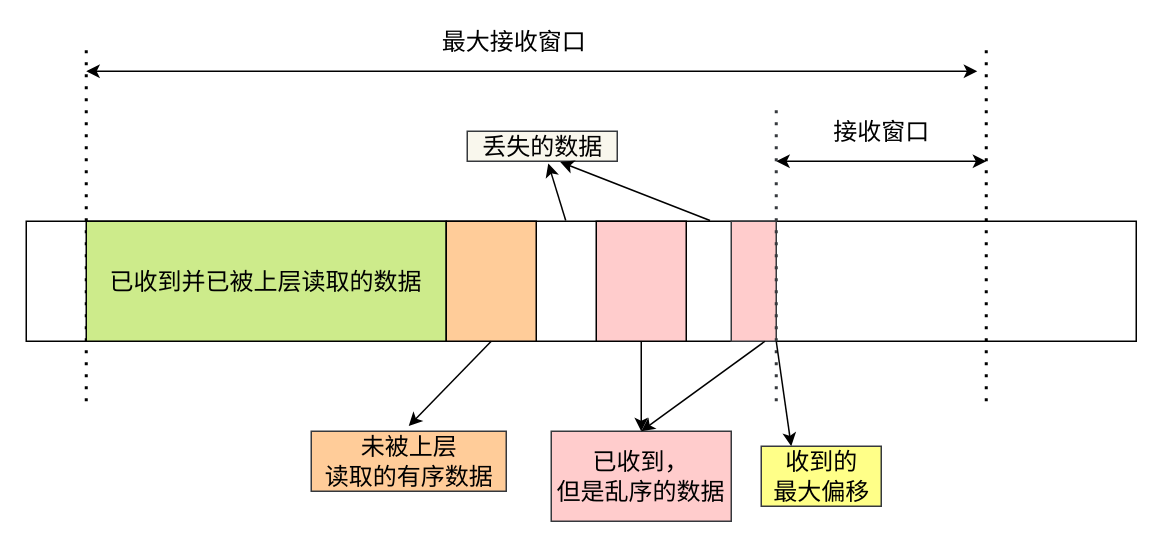
This is 网络/quic/flowcontrol2.drawio from xiaolincoder/ImageHost4, a draw.io file, before an edit. Source tidied: cells renumbered, new cells numbered last; positions are measured from the earlier drawing's top-left corner, leaving out a move shared by most shapes. Both pictures are drawn from the tidied source at 150%, with x=0, y=0 at pixel (26, 26).
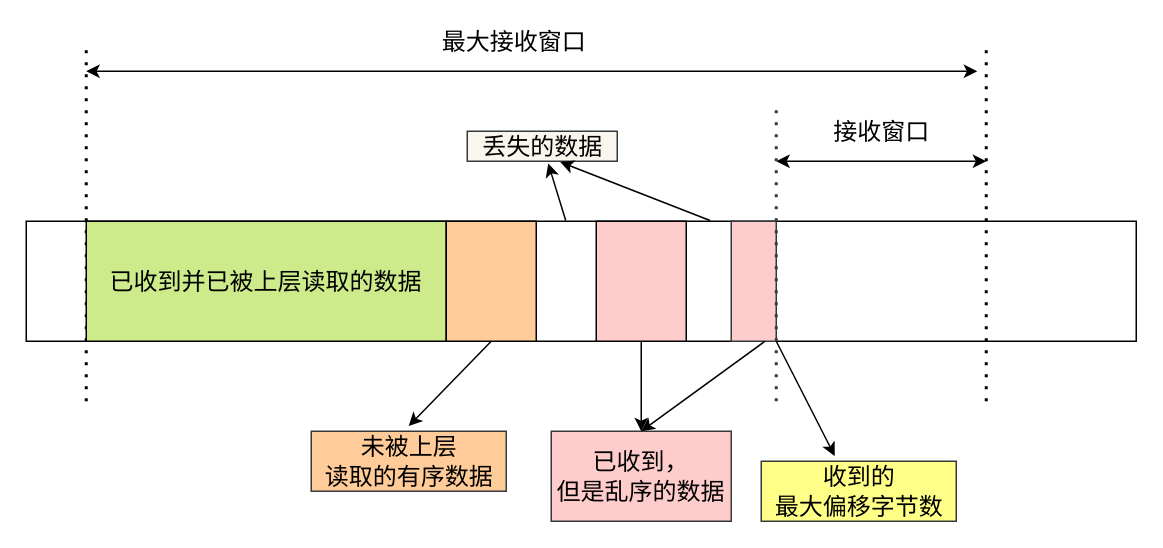
The same diagram, later.

Diff of the diagram source:
```diff
@@
-    <mxCell id="22" style="endArrow=classic;html=1;rounded=0;fontSize=16;" parent="1" edge="1">
+    <mxCell id="22" style="endArrow=classic;html=1;rounded=0;fontSize=16;entryX=0.377;entryY=-0.087;entryDx=0;entryDy=0;entryPerimeter=0;" parent="1" edge="1" target="23">
       <mxGeometry relative="1" as="geometry">
         <mxPoint x="500" y="210" as="sourcePoint" />
-        <mxPoint x="510" y="280" as="targetPoint" />
       </mxGeometry>
     </mxCell>
-    <mxCell id="23" value="收到的&lt;br&gt;最大偏移" style="text;html=1;align=center;verticalAlign=middle;points=[];strokeColor=#36393d;fillColor=#ffff88;fontSize=16;" parent="1" vertex="1">
-      <mxGeometry x="490" y="280" width="80" height="40" as="geometry" />
+    <mxCell id="23" value="收到的&lt;br&gt;最大偏移字节数" style="text;html=1;align=center;verticalAlign=middle;points=[];strokeColor=#36393d;fillColor=#ffff88;fontSize=16;" parent="1" vertex="1">
+      <mxGeometry x="490" y="290" width="130" height="40" as="geometry" />
     </mxCell>
```
